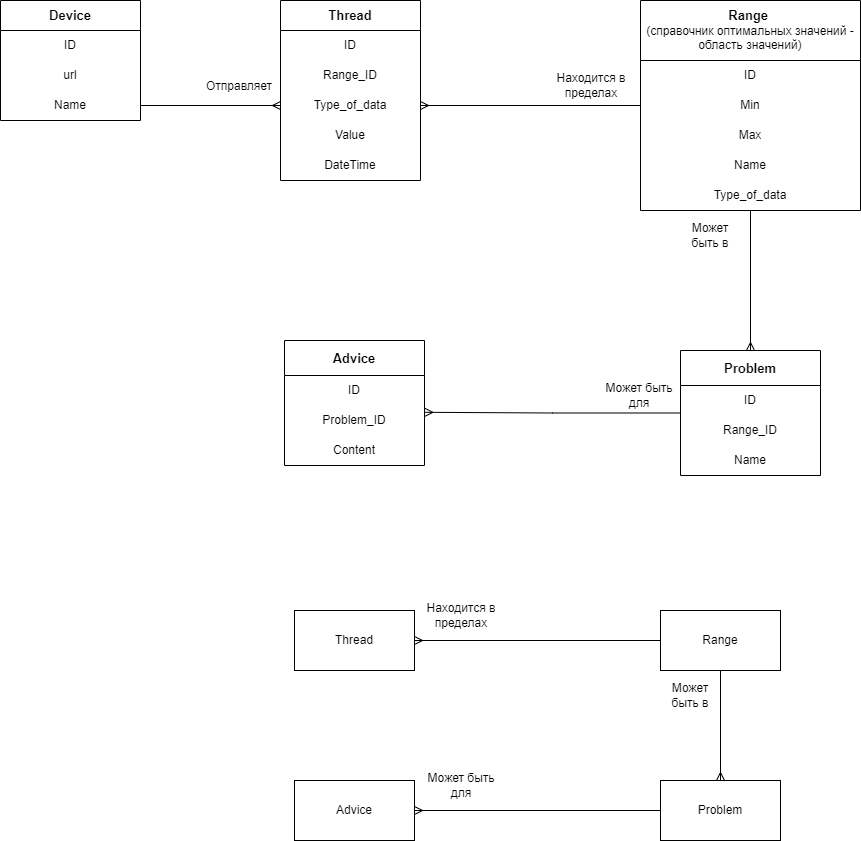
Angelina-AK/Devices-Threads keeps this draw.io diagram as static/images/Схема_БД.png. Above is the earlier version. Source tidied: cells renumbered, new cells last; positions are measured from the earlier drawing's top-left corner, leaving out a move shared by most shapes.
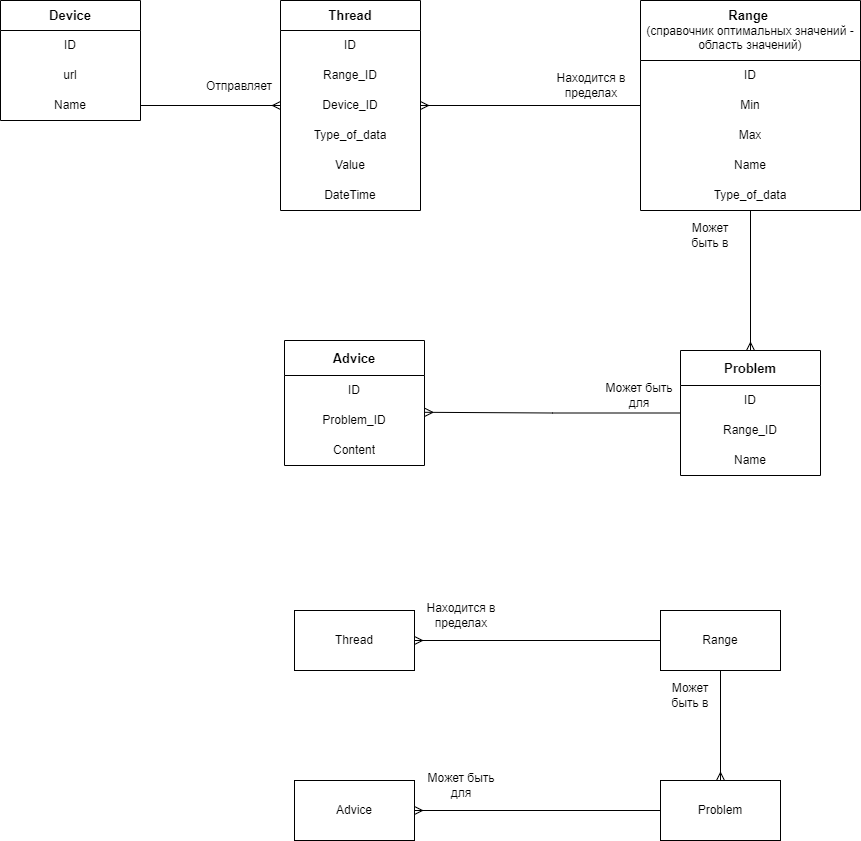
The same diagram one commit later.

Diff of the diagram source:
```diff
@@ -3,7 +3,7 @@
     <mxCell id="0" />
     <mxCell id="1" parent="0" />
     <mxCell id="2" value="&lt;b&gt;&lt;font style=&quot;font-size: 13px;&quot;&gt;Thread&lt;/font&gt;&lt;/b&gt;" style="swimlane;fontStyle=0;horizontal=1;startSize=30;whiteSpace=wrap;html=1;" parent="1" vertex="1">
-      <mxGeometry x="280" width="140" height="180" as="geometry" />
+      <mxGeometry x="280" width="140" height="210" as="geometry" />
     </mxCell>
     <mxCell id="3" value="ID" style="text;strokeColor=none;fillColor=none;align=center;verticalAlign=middle;spacingLeft=4;spacingRight=4;overflow=hidden;whiteSpace=wrap;html=1;" parent="2" vertex="1">
       <mxGeometry y="30" width="140" height="30" as="geometry" />
@@ -11,14 +11,17 @@
     <mxCell id="4" value="Range_ID" style="text;strokeColor=none;fillColor=none;align=center;verticalAlign=middle;spacingLeft=4;spacingRight=4;overflow=hidden;whiteSpace=wrap;html=1;" parent="2" vertex="1">
       <mxGeometry y="60" width="140" height="30" as="geometry" />
     </mxCell>
+    <mxCell id="44" value="Device_ID" style="text;strokeColor=none;fillColor=none;align=center;verticalAlign=middle;spacingLeft=4;spacingRight=4;overflow=hidden;points=[[0,0.5],[1,0.5]];portConstraint=eastwest;whiteSpace=wrap;html=1;" parent="2" vertex="1">
+      <mxGeometry y="90" width="140" height="30" as="geometry" />
+    </mxCell>
     <mxCell id="5" value="Type_of_data" style="text;strokeColor=none;fillColor=none;align=center;verticalAlign=middle;spacingLeft=4;spacingRight=4;overflow=hidden;points=[[0,0.5],[1,0.5]];portConstraint=eastwest;whiteSpace=wrap;html=1;" parent="2" vertex="1">
-      <mxGeometry y="90" width="140" height="30" as="geometry" />
+      <mxGeometry y="120" width="140" height="30" as="geometry" />
     </mxCell>
     <mxCell id="6" value="Value" style="text;strokeColor=none;fillColor=none;align=center;verticalAlign=middle;spacingLeft=4;spacingRight=4;overflow=hidden;whiteSpace=wrap;html=1;" parent="2" vertex="1">
-      <mxGeometry y="120" width="140" height="30" as="geometry" />
+      <mxGeometry y="150" width="140" height="30" as="geometry" />
     </mxCell>
     <mxCell id="7" value="DateTime" style="text;strokeColor=none;fillColor=none;align=center;verticalAlign=middle;spacingLeft=4;spacingRight=4;overflow=hidden;whiteSpace=wrap;html=1;" parent="2" vertex="1">
-      <mxGeometry y="150" width="140" height="30" as="geometry" />
+      <mxGeometry y="180" width="140" height="30" as="geometry" />
     </mxCell>
     <mxCell id="8" style="edgeStyle=orthogonalEdgeStyle;rounded=0;jettySize=auto;html=1;entryX=1;entryY=0.5;entryDx=0;entryDy=0;startArrow=none;startFill=0;endArrow=ERmany;endFill=0;" parent="1" edge="1" source="10">
       <mxGeometry relative="1" as="geometry">
@@ -112,7 +115,7 @@
     <mxCell id="37" value="Может быть для" style="text;html=1;strokeColor=none;fillColor=none;align=center;verticalAlign=middle;whiteSpace=wrap;rounded=0;" parent="1" vertex="1">
       <mxGeometry x="598" y="380" width="82" height="30" as="geometry" />
     </mxCell>
-    <mxCell id="38" style="edgeStyle=orthogonalEdgeStyle;rounded=0;jettySize=auto;html=1;exitX=1;exitY=0.5;exitDx=0;exitDy=0;endArrow=ERmany;endFill=0;" parent="1" edge="1" source="42" target="5">
+    <mxCell id="38" style="edgeStyle=orthogonalEdgeStyle;rounded=0;jettySize=auto;html=1;exitX=1;exitY=0.5;exitDx=0;exitDy=0;endArrow=ERmany;endFill=0;entryX=0;entryY=0.5;entryDx=0;entryDy=0;" parent="1" edge="1" source="42" target="44">
       <mxGeometry relative="1" as="geometry" />
     </mxCell>
     <mxCell id="39" value="&lt;b&gt;&lt;font style=&quot;font-size: 13px;&quot;&gt;Device&lt;/font&gt;&lt;/b&gt;" style="swimlane;fontStyle=0;horizontal=1;startSize=30;whiteSpace=wrap;html=1;" parent="1" vertex="1">
```
